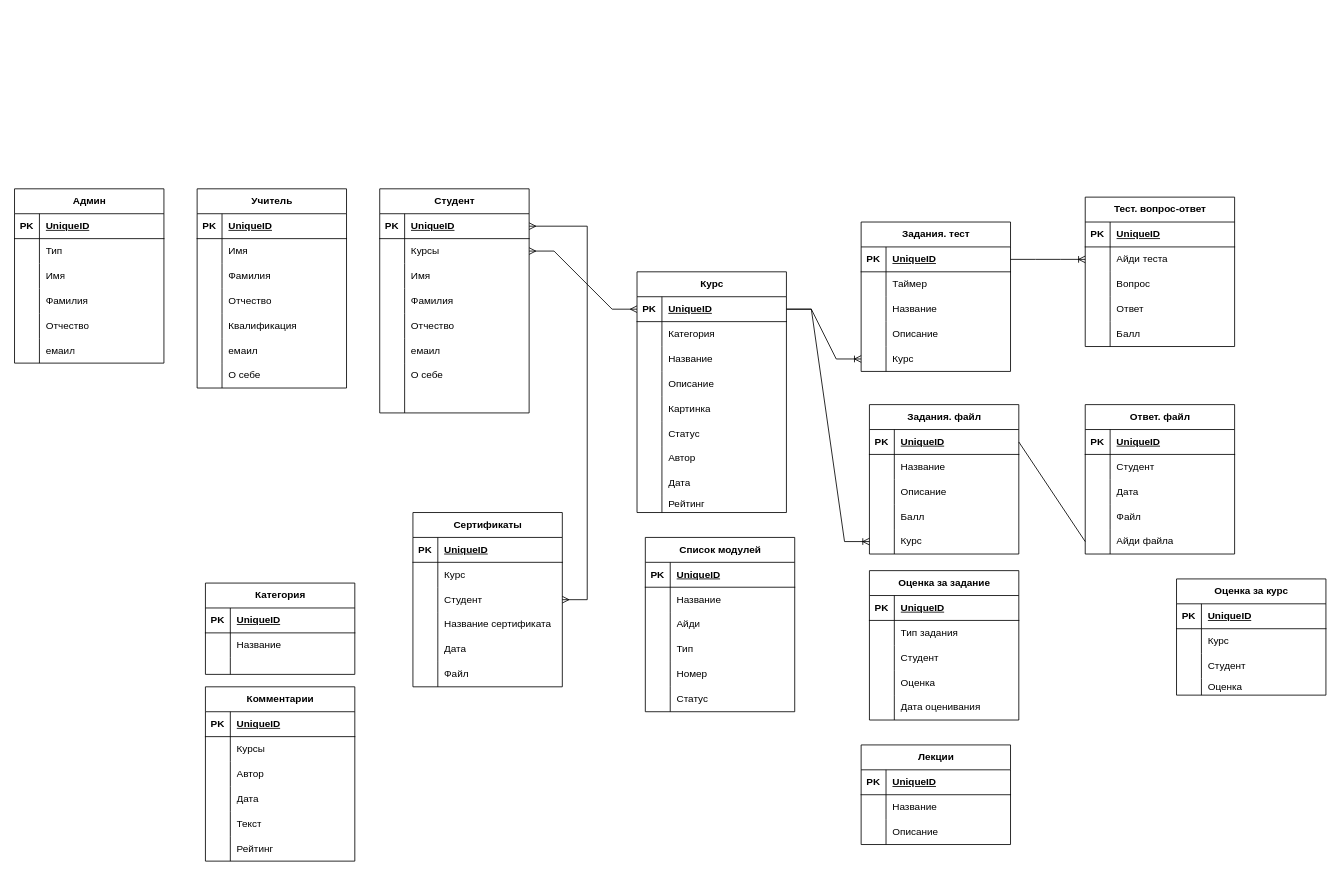
Thinknov/my keeps this draw.io diagram as Диаграмма без названия.drawio. Above is the earlier version. Source tidied: cells renumbered, new cells numbered last; positions are measured from the earlier drawing's top-left corner, leaving out a move shared by most shapes. Both pictures are drawn from the tidied source at 83%, with x=0, y=0 at pixel (14, 188).
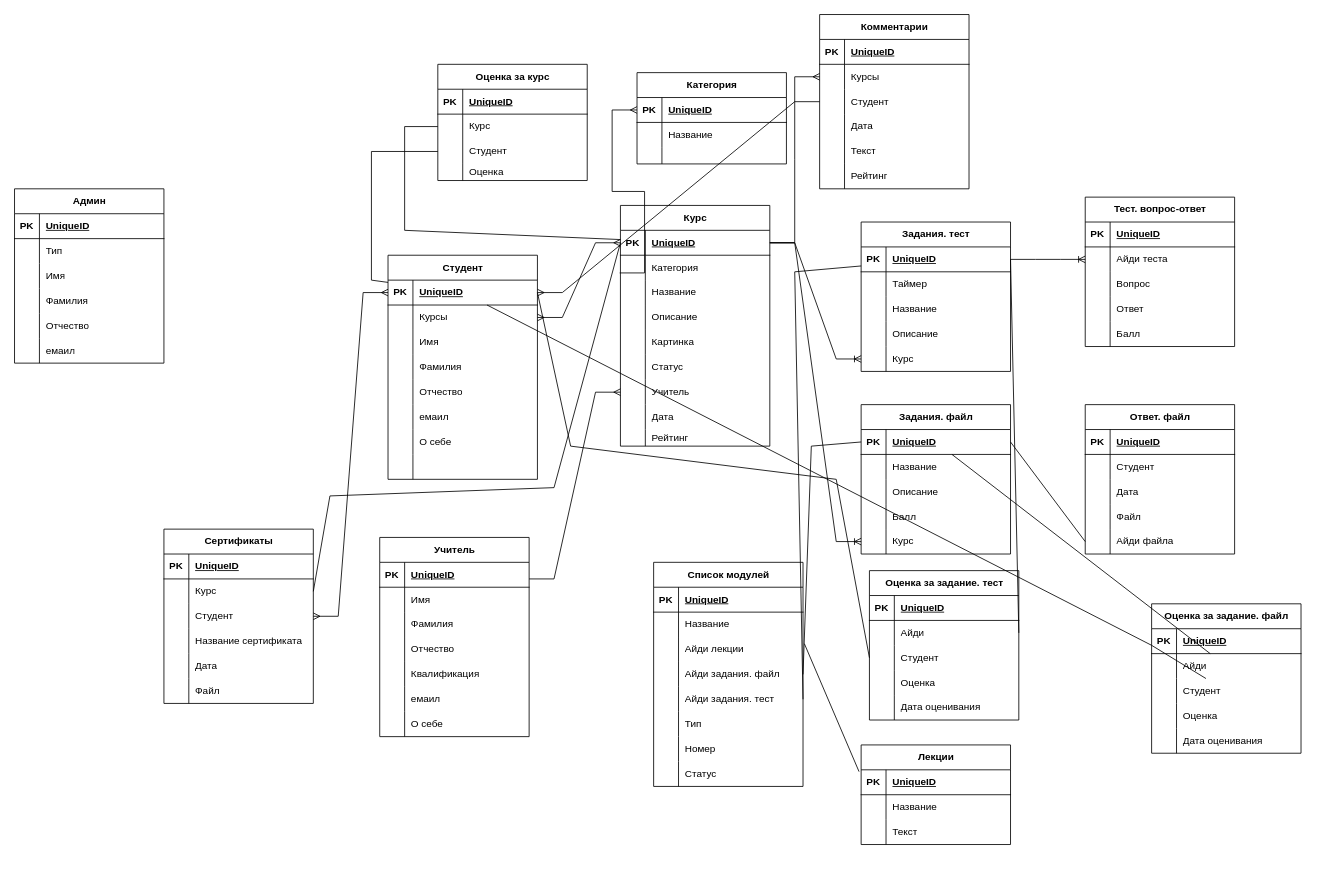
Above is the later version.

Unchanged cells that the change refers to:
```xml
<mxCell id="3" style="shape=tableRow;horizontal=0;startSize=0;swimlaneHead=0;swimlaneBody=0;fillColor=none;points=[[0,0.5],[1,0.5]];portConstraint=eastwest;top=0;left=0;right=0;bottom=1;" parent="2" vertex="1">
  <mxGeometry y="30" width="180" height="30" as="geometry" />
</mxCell>
<mxCell id="6" style="shape=tableRow;horizontal=0;startSize=0;swimlaneHead=0;swimlaneBody=0;fillColor=none;points=[[0,0.5],[1,0.5]];portConstraint=eastwest;top=0;left=0;right=0;bottom=0;" parent="2" vertex="1">
  <mxGeometry y="60" width="180" height="30" as="geometry" />
</mxCell>
<mxCell id="21" style="shape=tableRow;horizontal=0;startSize=0;swimlaneHead=0;swimlaneBody=0;fillColor=none;points=[[0,0.5],[1,0.5]];portConstraint=eastwest;top=0;left=0;right=0;bottom=0;" parent="2" vertex="1">
  <mxGeometry y="210" width="180" height="30" as="geometry" />
</mxCell>
<mxCell id="31" style="shape=tableRow;horizontal=0;startSize=0;swimlaneHead=0;swimlaneBody=0;fillColor=none;points=[[0,0.5],[1,0.5]];portConstraint=eastwest;top=0;left=0;right=0;bottom=1;" parent="30" vertex="1">
  <mxGeometry y="30" width="180" height="30" as="geometry" />
</mxCell>
<mxCell id="41" style="shape=tableRow;horizontal=0;startSize=0;swimlaneHead=0;swimlaneBody=0;fillColor=none;points=[[0,0.5],[1,0.5]];portConstraint=eastwest;top=0;left=0;right=0;bottom=1;" parent="40" vertex="1">
  <mxGeometry y="30" width="180" height="30" as="geometry" />
</mxCell>
<mxCell id="69" style="shape=tableRow;horizontal=0;startSize=0;swimlaneHead=0;swimlaneBody=0;fillColor=none;points=[[0,0.5],[1,0.5]];portConstraint=eastwest;top=0;left=0;right=0;bottom=0;" parent="65" vertex="1">
  <mxGeometry y="60" width="180" height="30" as="geometry" />
</mxCell>
<mxCell id="72" style="shape=tableRow;horizontal=0;startSize=0;swimlaneHead=0;swimlaneBody=0;fillColor=none;points=[[0,0.5],[1,0.5]];portConstraint=eastwest;top=0;left=0;right=0;bottom=0;" parent="65" vertex="1">
  <mxGeometry y="90" width="180" height="30" as="geometry" />
</mxCell>
<mxCell id="79" style="shape=tableRow;horizontal=0;startSize=0;swimlaneHead=0;swimlaneBody=0;fillColor=none;points=[[0,0.5],[1,0.5]];portConstraint=eastwest;top=0;left=0;right=0;bottom=1;" parent="78" vertex="1">
  <mxGeometry y="30" width="180" height="30" as="geometry" />
</mxCell>
<mxCell id="114" style="shape=tableRow;horizontal=0;startSize=0;swimlaneHead=0;swimlaneBody=0;fillColor=none;points=[[0,0.5],[1,0.5]];portConstraint=eastwest;top=0;left=0;right=0;bottom=0;" parent="110" vertex="1">
  <mxGeometry y="60" width="180" height="30" as="geometry" />
</mxCell>
<mxCell id="117" style="shape=tableRow;horizontal=0;startSize=0;swimlaneHead=0;swimlaneBody=0;fillColor=none;points=[[0,0.5],[1,0.5]];portConstraint=eastwest;top=0;left=0;right=0;bottom=0;" parent="110" vertex="1">
  <mxGeometry y="90" width="180" height="30" as="geometry" />
</mxCell>
<mxCell id="130" style="shape=tableRow;horizontal=0;startSize=0;swimlaneHead=0;swimlaneBody=0;fillColor=none;points=[[0,0.5],[1,0.5]];portConstraint=eastwest;top=0;left=0;right=0;bottom=0;" parent="126" vertex="1">
  <mxGeometry y="60" width="180" height="30" as="geometry" />
</mxCell>
<mxCell id="133" style="shape=tableRow;horizontal=0;startSize=0;swimlaneHead=0;swimlaneBody=0;fillColor=none;points=[[0,0.5],[1,0.5]];portConstraint=eastwest;top=0;left=0;right=0;bottom=0;" parent="126" vertex="1">
  <mxGeometry y="90" width="180" height="30" as="geometry" />
</mxCell>
<mxCell id="203" style="shape=tableRow;horizontal=0;startSize=0;swimlaneHead=0;swimlaneBody=0;fillColor=none;points=[[0,0.5],[1,0.5]];portConstraint=eastwest;top=0;left=0;right=0;bottom=1;" parent="202" vertex="1">
  <mxGeometry y="30" width="180" height="30" as="geometry" />
</mxCell>
<mxCell id="222" style="shape=tableRow;horizontal=0;startSize=0;swimlaneHead=0;swimlaneBody=0;fillColor=none;points=[[0,0.5],[1,0.5]];portConstraint=eastwest;top=0;left=0;right=0;bottom=0;" parent="218" vertex="1">
  <mxGeometry y="60" width="180" height="30" as="geometry" />
</mxCell>
<mxCell id="250" style="shape=tableRow;horizontal=0;startSize=0;swimlaneHead=0;swimlaneBody=0;fillColor=none;points=[[0,0.5],[1,0.5]];portConstraint=eastwest;top=0;left=0;right=0;bottom=0;" parent="243" vertex="1">
  <mxGeometry y="90" width="180" height="30" as="geometry" />
</mxCell>
<mxCell id="263" style="shape=tableRow;horizontal=0;startSize=0;swimlaneHead=0;swimlaneBody=0;fillColor=none;points=[[0,0.5],[1,0.5]];portConstraint=eastwest;top=0;left=0;right=0;bottom=1;" parent="262" vertex="1">
  <mxGeometry y="30" width="180" height="30" as="geometry" />
</mxCell>
<mxCell id="269" style="shape=tableRow;horizontal=0;startSize=0;swimlaneHead=0;swimlaneBody=0;fillColor=none;top=0;left=0;right=0;bottom=0;" parent="262" vertex="1">
  <mxGeometry y="90" width="180" height="30" as="geometry" />
</mxCell>
```

Change to the diagram source:
```diff
@@
     <mxCell id="2" value="Курс" style="shape=table;startSize=30;childLayout=tableLayout;rowLines=0;fontStyle=1;align=center;html=1;" parent="1" vertex="1">
-      <mxGeometry x="750" y="100" width="180" height="290" as="geometry" />
+      <mxGeometry x="730" y="20" width="180" height="290" as="geometry" />
     </mxCell>
@@
-    <mxCell id="23" value="Автор" style="shape=partialRectangle;fillColor=none;top=0;left=0;bottom=0;right=0;align=left;spacingLeft=6;overflow=hidden;whiteSpace=wrap;html=1;" parent="21" vertex="1">
+    <mxCell id="23" value="Учитель" style="shape=partialRectangle;fillColor=none;top=0;left=0;bottom=0;right=0;align=left;spacingLeft=6;overflow=hidden;whiteSpace=wrap;html=1;" parent="21" vertex="1">
       <mxGeometry x="30" width="150" height="30" as="geometry" />
     </mxCell>
@@
     <mxCell id="30" value="Категория" style="shape=table;startSize=30;childLayout=tableLayout;rowLines=0;fontStyle=1;align=center;html=1;" parent="1" vertex="1">
-      <mxGeometry x="230" y="475" width="180" height="110" as="geometry" />
+      <mxGeometry x="750" y="-140" width="180" height="110" as="geometry" />
     </mxCell>
@@
     <mxCell id="40" value="Студент" style="shape=table;startSize=30;childLayout=tableLayout;rowLines=0;fontStyle=1;align=center;html=1;" parent="1" vertex="1">
-      <mxGeometry x="440" width="180" height="270" as="geometry" />
+      <mxGeometry x="450" y="80" width="180" height="270" as="geometry" />
     </mxCell>
@@
     <mxCell id="65" value="Оценка за курс" style="shape=table;startSize=30;childLayout=tableLayout;rowLines=0;fontStyle=1;align=center;html=1;" parent="1" vertex="1">
-      <mxGeometry x="1400" y="470" width="180" height="140" as="geometry" />
+      <mxGeometry x="510" y="-150" width="180" height="140" as="geometry" />
     </mxCell>
@@
     <mxCell id="78" value="Задания. файл" style="shape=table;startSize=30;childLayout=tableLayout;rowLines=0;fontStyle=1;align=center;html=1;" parent="1" vertex="1">
-      <mxGeometry x="1030" y="260" width="180" height="180" as="geometry" />
+      <mxGeometry x="1020" y="260" width="180" height="180" as="geometry" />
     </mxCell>
@@
-    <mxCell id="110" value="Оценка за задание" style="shape=table;startSize=30;childLayout=tableLayout;rowLines=0;fontStyle=1;align=center;html=1;" parent="1" vertex="1">
+    <mxCell id="110" value="Оценка за задание. тест" style="shape=table;startSize=30;childLayout=tableLayout;rowLines=0;fontStyle=1;align=center;html=1;" parent="1" vertex="1">
       <mxGeometry x="1030" y="460" width="180" height="180" as="geometry" />
     </mxCell>
@@
-    <mxCell id="116" value="Тип задания" style="shape=partialRectangle;fillColor=none;top=0;left=0;bottom=0;right=0;align=left;spacingLeft=6;overflow=hidden;whiteSpace=wrap;html=1;" parent="114" vertex="1">
+    <mxCell id="116" value="Айди" style="shape=partialRectangle;fillColor=none;top=0;left=0;bottom=0;right=0;align=left;spacingLeft=6;overflow=hidden;whiteSpace=wrap;html=1;" parent="114" vertex="1">
       <mxGeometry x="30" width="150" height="30" as="geometry" />
     </mxCell>
@@
     <mxCell id="126" value="Комментарии" style="shape=table;startSize=30;childLayout=tableLayout;rowLines=0;fontStyle=1;align=center;html=1;" parent="1" vertex="1">
-      <mxGeometry x="230" y="600" width="180" height="210" as="geometry" />
+      <mxGeometry x="970" y="-210" width="180" height="210" as="geometry" />
     </mxCell>
@@
-    <mxCell id="135" value="Автор" style="shape=partialRectangle;fillColor=none;top=0;left=0;bottom=0;right=0;align=left;spacingLeft=6;overflow=hidden;whiteSpace=wrap;html=1;" parent="133" vertex="1">
+    <mxCell id="135" value="Студент" style="shape=partialRectangle;fillColor=none;top=0;left=0;bottom=0;right=0;align=left;spacingLeft=6;overflow=hidden;whiteSpace=wrap;html=1;" parent="133" vertex="1">
       <mxGeometry x="30" width="150" height="30" as="geometry" />
     </mxCell>
@@
     <mxCell id="145" value="Учитель" style="shape=table;startSize=30;childLayout=tableLayout;rowLines=0;fontStyle=1;align=center;html=1;" parent="1" vertex="1">
-      <mxGeometry x="220" width="180" height="240" as="geometry" />
+      <mxGeometry x="440" y="420" width="180" height="240" as="geometry" />
     </mxCell>
@@
     <mxCell id="218" value="Сертификаты" style="shape=table;startSize=30;childLayout=tableLayout;rowLines=0;fontStyle=1;align=center;html=1;" parent="1" vertex="1">
-      <mxGeometry x="480" y="390" width="180" height="210" as="geometry" />
+      <mxGeometry x="180" y="410" width="180" height="210" as="geometry" />
     </mxCell>
@@
     <mxCell id="243" value="Список модулей" style="shape=table;startSize=30;childLayout=tableLayout;rowLines=0;fontStyle=1;align=center;html=1;" parent="1" vertex="1">
-      <mxGeometry x="760" y="420" width="180" height="210" as="geometry" />
+      <mxGeometry x="770" y="450" width="180" height="270" as="geometry" />
     </mxCell>
@@
-    <mxCell id="252" value="Айди" style="shape=partialRectangle;fillColor=none;top=0;left=0;bottom=0;right=0;align=left;spacingLeft=6;overflow=hidden;whiteSpace=wrap;html=1;" parent="250" vertex="1">
+    <mxCell id="252" value="Айди лекции" style="shape=partialRectangle;fillColor=none;top=0;left=0;bottom=0;right=0;align=left;spacingLeft=6;overflow=hidden;whiteSpace=wrap;html=1;" parent="250" vertex="1">
       <mxGeometry x="30" width="150" height="30" as="geometry" />
     </mxCell>
+    <mxCell id="272" style="shape=tableRow;horizontal=0;startSize=0;swimlaneHead=0;swimlaneBody=0;fillColor=none;points=[[0,0.5],[1,0.5]];portConstraint=eastwest;top=0;left=0;right=0;bottom=0;" parent="243" vertex="1">
+      <mxGeometry y="120" width="180" height="30" as="geometry" />
+    </mxCell>
+    <mxCell id="273" style="shape=partialRectangle;fillColor=none;top=0;left=0;bottom=0;right=0;overflow=hidden;whiteSpace=wrap;html=1;" parent="272" vertex="1">
+      <mxGeometry width="30" height="30" as="geometry" />
+    </mxCell>
+    <mxCell id="274" value="Айди задания. файл" style="shape=partialRectangle;fillColor=none;top=0;left=0;bottom=0;right=0;align=left;spacingLeft=6;overflow=hidden;whiteSpace=wrap;html=1;" parent="272" vertex="1">
+      <mxGeometry x="30" width="150" height="30" as="geometry" />
+    </mxCell>
+    <mxCell id="275" style="shape=tableRow;horizontal=0;startSize=0;swimlaneHead=0;swimlaneBody=0;fillColor=none;points=[[0,0.5],[1,0.5]];portConstraint=eastwest;top=0;left=0;right=0;bottom=0;" parent="243" vertex="1">
+      <mxGeometry y="150" width="180" height="30" as="geometry" />
+    </mxCell>
+    <mxCell id="276" style="shape=partialRectangle;fillColor=none;top=0;left=0;bottom=0;right=0;overflow=hidden;whiteSpace=wrap;html=1;" parent="275" vertex="1">
+      <mxGeometry width="30" height="30" as="geometry" />
+    </mxCell>
+    <mxCell id="277" value="Айди задания. тест" style="shape=partialRectangle;fillColor=none;top=0;left=0;bottom=0;right=0;align=left;spacingLeft=6;overflow=hidden;whiteSpace=wrap;html=1;" parent="275" vertex="1">
+      <mxGeometry x="30" width="150" height="30" as="geometry" />
+    </mxCell>
     <mxCell id="253" style="shape=tableRow;horizontal=0;startSize=0;swimlaneHead=0;swimlaneBody=0;fillColor=none;top=0;left=0;right=0;bottom=0;" parent="243" vertex="1">
-      <mxGeometry y="120" width="180" height="30" as="geometry" />
+      <mxGeometry y="180" width="180" height="30" as="geometry" />
     </mxCell>
@@
     <mxCell id="256" style="shape=tableRow;horizontal=0;startSize=0;swimlaneHead=0;swimlaneBody=0;fillColor=none;top=0;left=0;right=0;bottom=0;" parent="243" vertex="1">
-      <mxGeometry y="150" width="180" height="30" as="geometry" />
+      <mxGeometry y="210" width="180" height="30" as="geometry" />
     </mxCell>
@@
     <mxCell id="259" style="shape=tableRow;horizontal=0;startSize=0;swimlaneHead=0;swimlaneBody=0;fillColor=none;top=0;left=0;right=0;bottom=0;" parent="243" vertex="1">
-      <mxGeometry y="180" width="180" height="30" as="geometry" />
+      <mxGeometry y="240" width="180" height="30" as="geometry" />
     </mxCell>
@@
-    <mxCell id="271" value="Описание" style="shape=partialRectangle;fillColor=none;top=0;left=0;bottom=0;right=0;align=left;spacingLeft=6;overflow=hidden;whiteSpace=wrap;html=1;" parent="269" vertex="1">
+    <mxCell id="271" value="Текст" style="shape=partialRectangle;fillColor=none;top=0;left=0;bottom=0;right=0;align=left;spacingLeft=6;overflow=hidden;whiteSpace=wrap;html=1;" parent="269" vertex="1">
       <mxGeometry x="30" width="150" height="30" as="geometry" />
     </mxCell>
+    <mxCell id="278" style="endArrow=none;html=1;rounded=0;exitX=1.009;exitY=0.267;exitDx=0;exitDy=0;exitPerimeter=0;entryX=-0.014;entryY=0.072;entryDx=0;entryDy=0;entryPerimeter=0;" parent="1" edge="1" source="250" target="263">
+      <mxGeometry relative="1" as="geometry" />
+    </mxCell>
+    <mxCell id="279" style="endArrow=none;html=1;rounded=0;exitX=1;exitY=0.5;exitDx=0;exitDy=0;" parent="1" edge="1" source="275" target="203">
+      <mxGeometry relative="1" as="geometry">
+        <Array as="points">
+          <mxPoint x="940" y="100" />
+        </Array>
+      </mxGeometry>
+    </mxCell>
+    <mxCell id="280" style="endArrow=none;html=1;rounded=0;exitX=1;exitY=0.5;exitDx=0;exitDy=0;entryX=0;entryY=0.5;entryDx=0;entryDy=0;" parent="1" edge="1" source="272" target="79">
+      <mxGeometry relative="1" as="geometry">
+        <Array as="points">
+          <mxPoint x="960" y="310" />
+        </Array>
+      </mxGeometry>
+    </mxCell>
+    <mxCell id="281" value="Оценка за задание. файл" style="shape=table;startSize=30;childLayout=tableLayout;rowLines=0;fontStyle=1;align=center;html=1;" parent="1" vertex="1">
+      <mxGeometry x="1370" y="500" width="180" height="180" as="geometry" />
+    </mxCell>
+    <mxCell id="282" style="shape=tableRow;horizontal=0;startSize=0;swimlaneHead=0;swimlaneBody=0;fillColor=none;top=0;left=0;right=0;bottom=1;" parent="281" vertex="1">
+      <mxGeometry y="30" width="180" height="30" as="geometry" />
+    </mxCell>
+    <mxCell id="283" value="PK" style="shape=partialRectangle;fillColor=none;top=0;left=0;bottom=0;right=0;fontStyle=1;overflow=hidden;whiteSpace=wrap;html=1;" parent="282" vertex="1">
+      <mxGeometry width="30" height="30" as="geometry" />
+    </mxCell>
+    <mxCell id="284" value="UniqueID" style="shape=partialRectangle;fillColor=none;top=0;left=0;bottom=0;right=0;align=left;spacingLeft=6;fontStyle=5;overflow=hidden;whiteSpace=wrap;html=1;" parent="282" vertex="1">
+      <mxGeometry x="30" width="150" height="30" as="geometry" />
+    </mxCell>
+    <mxCell id="285" style="shape=tableRow;horizontal=0;startSize=0;swimlaneHead=0;swimlaneBody=0;fillColor=none;points=[[0,0.5],[1,0.5]];portConstraint=eastwest;top=0;left=0;right=0;bottom=0;" parent="281" vertex="1">
+      <mxGeometry y="60" width="180" height="30" as="geometry" />
+    </mxCell>
+    <mxCell id="286" style="shape=partialRectangle;fillColor=none;top=0;left=0;bottom=0;right=0;overflow=hidden;whiteSpace=wrap;html=1;" parent="285" vertex="1">
+      <mxGeometry width="30" height="30" as="geometry" />
+    </mxCell>
+    <mxCell id="287" value="Айди" style="shape=partialRectangle;fillColor=none;top=0;left=0;bottom=0;right=0;align=left;spacingLeft=6;overflow=hidden;whiteSpace=wrap;html=1;" parent="285" vertex="1">
+      <mxGeometry x="30" width="150" height="30" as="geometry" />
+    </mxCell>
+    <mxCell id="288" style="shape=tableRow;horizontal=0;startSize=0;swimlaneHead=0;swimlaneBody=0;fillColor=none;points=[[0,0.5],[1,0.5]];portConstraint=eastwest;top=0;left=0;right=0;bottom=0;" parent="281" vertex="1">
+      <mxGeometry y="90" width="180" height="30" as="geometry" />
+    </mxCell>
+    <mxCell id="289" style="shape=partialRectangle;fillColor=none;top=0;left=0;bottom=0;right=0;overflow=hidden;whiteSpace=wrap;html=1;" parent="288" vertex="1">
+      <mxGeometry width="30" height="30" as="geometry" />
+    </mxCell>
+    <mxCell id="290" value="Студент" style="shape=partialRectangle;fillColor=none;top=0;left=0;bottom=0;right=0;align=left;spacingLeft=6;overflow=hidden;whiteSpace=wrap;html=1;" parent="288" vertex="1">
+      <mxGeometry x="30" width="150" height="30" as="geometry" />
+    </mxCell>
+    <mxCell id="291" style="shape=tableRow;horizontal=0;startSize=0;swimlaneHead=0;swimlaneBody=0;fillColor=none;top=0;left=0;right=0;bottom=0;" parent="281" vertex="1">
+      <mxGeometry y="120" width="180" height="30" as="geometry" />
+    </mxCell>
+    <mxCell id="292" style="shape=partialRectangle;fillColor=none;top=0;left=0;bottom=0;right=0;overflow=hidden;whiteSpace=wrap;html=1;" parent="291" vertex="1">
+      <mxGeometry width="30" height="30" as="geometry" />
+    </mxCell>
+    <mxCell id="293" value="Оценка" style="shape=partialRectangle;fillColor=none;top=0;left=0;bottom=0;right=0;align=left;spacingLeft=6;overflow=hidden;whiteSpace=wrap;html=1;" parent="291" vertex="1">
+      <mxGeometry x="30" width="150" height="30" as="geometry" />
+    </mxCell>
+    <mxCell id="294" style="shape=tableRow;horizontal=0;startSize=0;swimlaneHead=0;swimlaneBody=0;fillColor=none;top=0;left=0;right=0;bottom=0;" parent="281" vertex="1">
+      <mxGeometry y="150" width="180" height="30" as="geometry" />
+    </mxCell>
+    <mxCell id="295" style="shape=partialRectangle;fillColor=none;top=0;left=0;bottom=0;right=0;overflow=hidden;whiteSpace=wrap;html=1;" parent="294" vertex="1">
+      <mxGeometry width="30" height="30" as="geometry" />
+    </mxCell>
+    <mxCell id="296" value="Дата оценивания" style="shape=partialRectangle;fillColor=none;top=0;left=0;bottom=0;right=0;align=left;spacingLeft=6;overflow=hidden;whiteSpace=wrap;html=1;" parent="294" vertex="1">
+      <mxGeometry x="30" width="150" height="30" as="geometry" />
+    </mxCell>
+    <mxCell id="297" style="endArrow=none;html=1;rounded=0;entryX=0;entryY=0.5;entryDx=0;entryDy=0;exitX=1;exitY=0.5;exitDx=0;exitDy=0;" parent="1" edge="1" source="41" target="117">
+      <mxGeometry relative="1" as="geometry">
+        <Array as="points">
+          <mxPoint x="670" y="310" />
+          <mxPoint x="990" y="350" />
+        </Array>
+      </mxGeometry>
+    </mxCell>
+    <mxCell id="298" style="endArrow=none;html=1;rounded=0;" parent="1" edge="1" source="41" target="288">
+      <mxGeometry relative="1" as="geometry">
+        <Array as="points">
+          <mxPoint x="1370" y="550" />
+        </Array>
+      </mxGeometry>
+    </mxCell>
+    <mxCell id="299" style="endArrow=none;html=1;rounded=0;exitX=1;exitY=0.5;exitDx=0;exitDy=0;entryX=1;entryY=0.5;entryDx=0;entryDy=0;" parent="1" edge="1" source="114" target="203">
+      <mxGeometry relative="1" as="geometry" />
+    </mxCell>
+    <mxCell id="300" style="endArrow=none;html=1;rounded=0;" parent="1" edge="1" source="79" target="285">
+      <mxGeometry relative="1" as="geometry" />
+    </mxCell>
+    <mxCell id="301" style="endArrow=none;html=1;rounded=0;entryX=0;entryY=0.5;entryDx=0;entryDy=0;" parent="1" edge="1" source="3" target="69">
+      <mxGeometry relative="1" as="geometry">
+        <Array as="points">
+          <mxPoint x="470" y="50" />
+          <mxPoint x="470" y="-75" />
+        </Array>
+      </mxGeometry>
+    </mxCell>
+    <mxCell id="302" style="endArrow=none;html=1;rounded=0;exitX=0;exitY=0.5;exitDx=0;exitDy=0;" parent="1" edge="1" source="72" target="41">
+      <mxGeometry relative="1" as="geometry">
+        <Array as="points">
+          <mxPoint x="430" y="-45" />
+          <mxPoint x="430" y="110" />
+        </Array>
+      </mxGeometry>
+    </mxCell>
+    <mxCell id="303" style="edgeStyle=entityRelationEdgeStyle;fontSize=12;html=1;endArrow=ERmany;rounded=0;exitX=-0.005;exitY=0.711;exitDx=0;exitDy=0;exitPerimeter=0;entryX=0;entryY=0.5;entryDx=0;entryDy=0;" parent="1" edge="1" source="6" target="31">
+      <mxGeometry relative="1" as="geometry" />
+    </mxCell>
+    <mxCell id="304" style="edgeStyle=entityRelationEdgeStyle;fontSize=12;html=1;endArrow=ERmany;rounded=0;exitX=0;exitY=0.5;exitDx=0;exitDy=0;entryX=1;entryY=0.5;entryDx=0;entryDy=0;" parent="1" edge="1" source="133" target="41">
+      <mxGeometry relative="1" as="geometry" />
+    </mxCell>
+    <mxCell id="305" style="edgeStyle=entityRelationEdgeStyle;fontSize=12;html=1;endArrow=ERmany;rounded=0;exitX=1;exitY=0.5;exitDx=0;exitDy=0;" parent="1" edge="1" source="3" target="130">
+      <mxGeometry relative="1" as="geometry" />
+    </mxCell>
+    <mxCell id="306" style="edgeStyle=entityRelationEdgeStyle;fontSize=12;html=1;endArrow=ERmany;rounded=0;" parent="1" edge="1" target="21">
+      <mxGeometry relative="1" as="geometry">
+        <mxPoint x="620" y="470" as="sourcePoint" />
+      </mxGeometry>
+    </mxCell>
+    <mxCell id="307" style="endArrow=none;html=1;rounded=0;exitX=1;exitY=0.5;exitDx=0;exitDy=0;entryX=0;entryY=0.5;entryDx=0;entryDy=0;" parent="1" edge="1" source="222" target="3">
+      <mxGeometry relative="1" as="geometry">
+        <Array as="points">
+          <mxPoint x="380" y="370" />
+          <mxPoint x="650" y="360" />
+        </Array>
+      </mxGeometry>
+    </mxCell>
```
